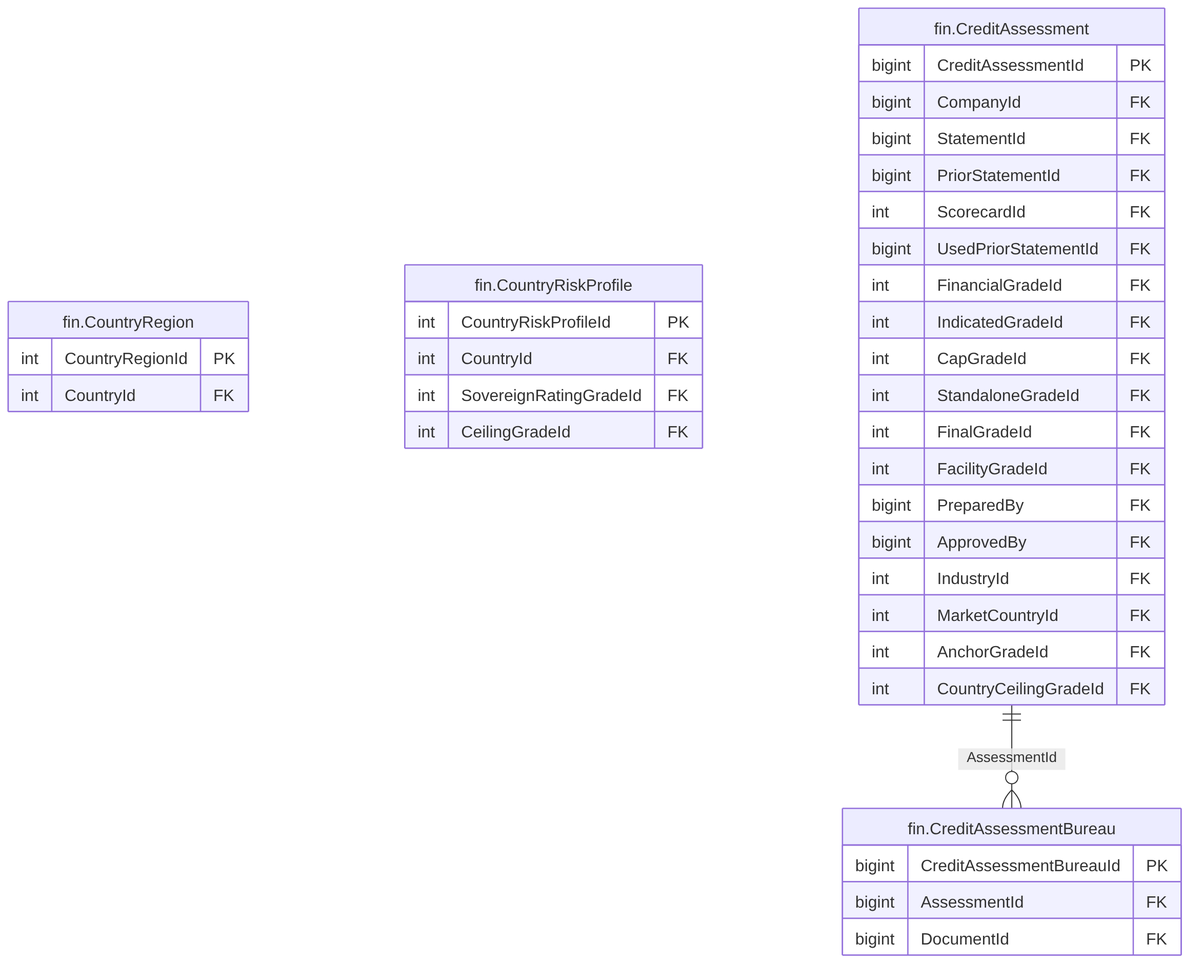
Before: treasury-platform/docs/diagrams/erd/m5_financials_2.png, a diagram exported from Mermaid (thawrasy/smartlines). Its source is kept beside it as treasury-platform/docs/diagrams/erd/m5_financials_2.mmd.
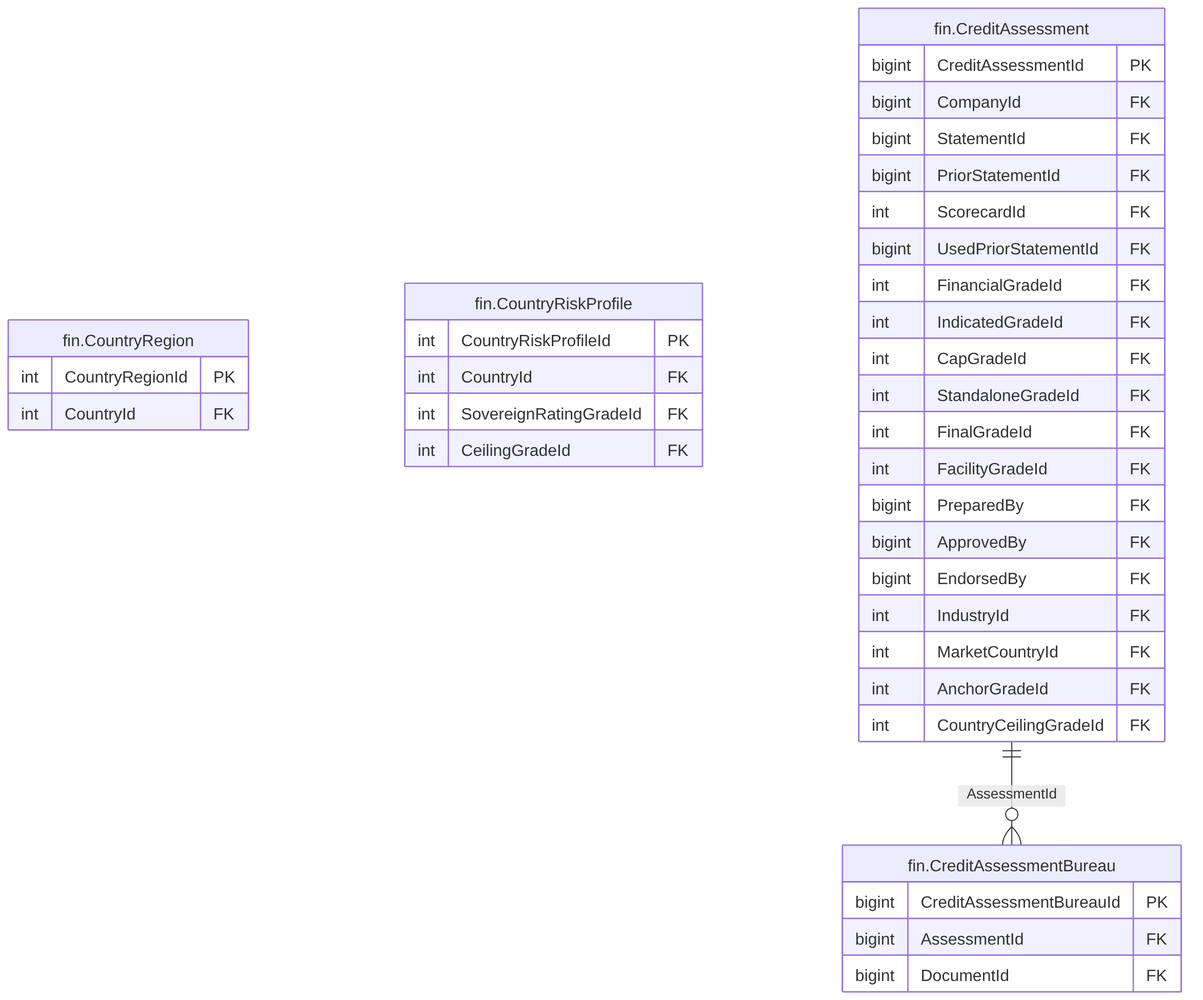
After the commit.

What changed in the source:
```diff
@@ -24,6 +24,7 @@
     int FacilityGradeId FK
     bigint PreparedBy FK
     bigint ApprovedBy FK
+    bigint EndorsedBy FK
     int IndustryId FK
     int MarketCountryId FK
     int AnchorGradeId FK
```
